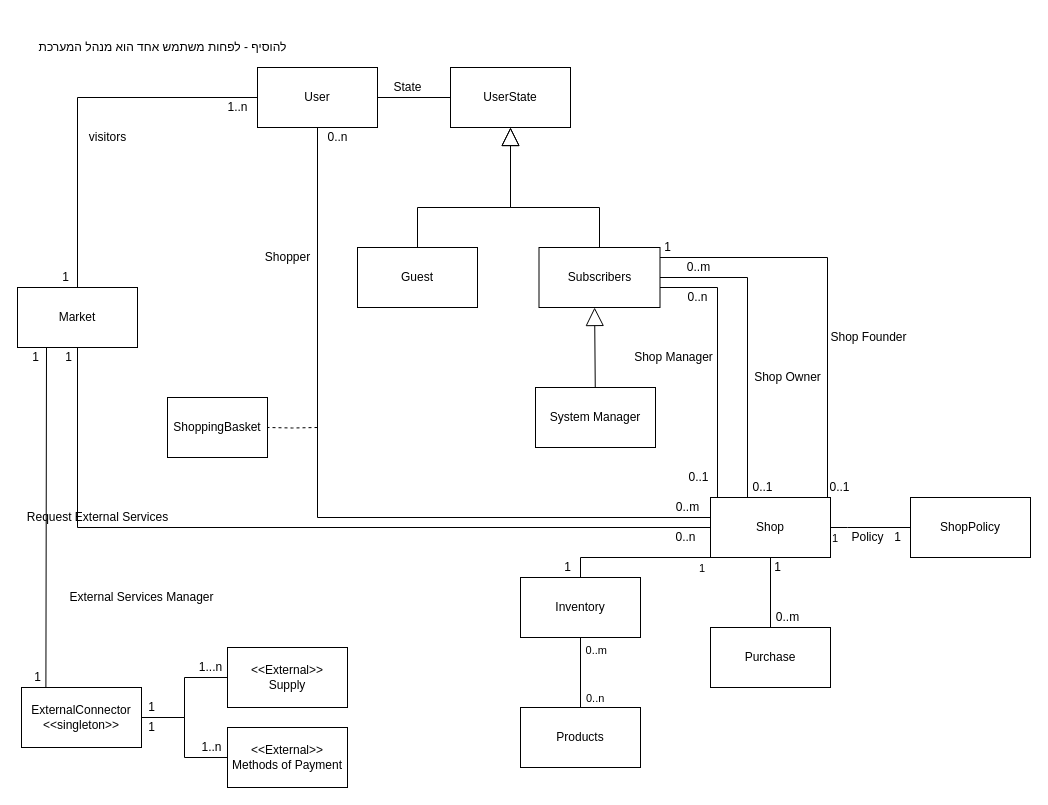
The draw.io diagram page "ClassDiagram" (1 of 3) of docs/workshop.drawio in ShayHav/Workshop, before the edit. Source tidied: cells renumbered, new cells numbered last; positions are measured from the earlier drawing's top-left corner, leaving out a move shared by most shapes. Both pictures are drawn from the tidied source at 100%, with x=0, y=0 at pixel (17, 37).
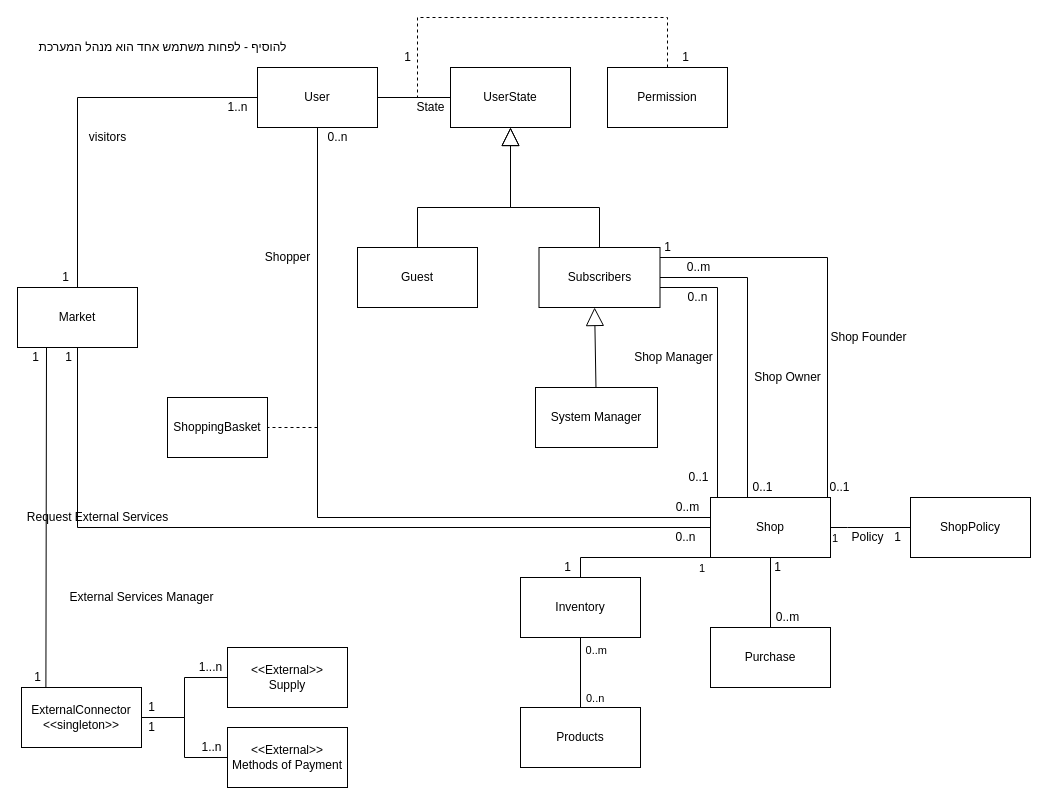
After the change.

Commit message (it also covers changes not shown here):
added permission to model

The change refers to these unchanged cells:
```xml
<mxCell id="16" value="ShoppingBasket" style="rounded=0;whiteSpace=wrap;html=1;" parent="1" vertex="1">
  <mxGeometry x="150" y="360" width="100" height="60" as="geometry" />
</mxCell>
```

Diff of the diagram source:
```diff
@@
-    <mxCell id="13" style="edgeStyle=orthogonalEdgeStyle;rounded=0;jettySize=auto;html=1;dashed=1;endArrow=none;endFill=0;" parent="1" edge="1" target="16">
+    <mxCell id="13" style="edgeStyle=orthogonalEdgeStyle;rounded=0;orthogonalLoop=1;jettySize=auto;html=1;dashed=1;endArrow=none;endFill=0;" parent="1" edge="1">
       <mxGeometry relative="1" as="geometry">
         <mxPoint x="300" y="390" as="sourcePoint" />
+        <mxPoint x="250" y="390" as="targetPoint" />
       </mxGeometry>
     </mxCell>
@@
     <mxCell id="26" value="System Manager" style="rounded=0;whiteSpace=wrap;html=1;" parent="1" vertex="1">
-      <mxGeometry x="518" y="350" width="120" height="60" as="geometry" />
+      <mxGeometry x="518" y="350" width="122" height="60" as="geometry" />
     </mxCell>
@@
     <mxCell id="59" value="State" style="text;html=1;align=center;verticalAlign=middle;strokeColor=none;fillColor=none;" parent="1" vertex="1">
-      <mxGeometry x="370" y="40" width="40" height="20" as="geometry" />
+      <mxGeometry x="393" y="60" width="40" height="20" as="geometry" />
     </mxCell>
@@
+    <mxCell id="69" style="endArrow=none;html=1;rounded=0;exitX=0.5;exitY=0;exitDx=0;exitDy=0;dashed=1;" parent="1" edge="1" source="70">
+      <mxGeometry relative="1" as="geometry">
+        <mxPoint x="400" y="60" as="targetPoint" />
+        <Array as="points">
+          <mxPoint x="650" y="-20" />
+          <mxPoint x="400" y="-20" />
+        </Array>
+      </mxGeometry>
+    </mxCell>
+    <mxCell id="70" value="Permission" style="rounded=0;whiteSpace=wrap;html=1;" parent="1" vertex="1">
+      <mxGeometry x="590" y="30" width="120" height="60" as="geometry" />
+    </mxCell>
+    <mxCell id="71" value="1" style="text;html=1;align=center;verticalAlign=middle;strokeColor=none;fillColor=none;" parent="1" vertex="1">
+      <mxGeometry x="658" y="10" width="20" height="20" as="geometry" />
+    </mxCell>
+    <mxCell id="72" value="1" style="text;html=1;align=center;verticalAlign=middle;strokeColor=none;fillColor=none;" parent="1" vertex="1">
+      <mxGeometry x="380" y="10" width="20" height="20" as="geometry" />
+    </mxCell>
```
